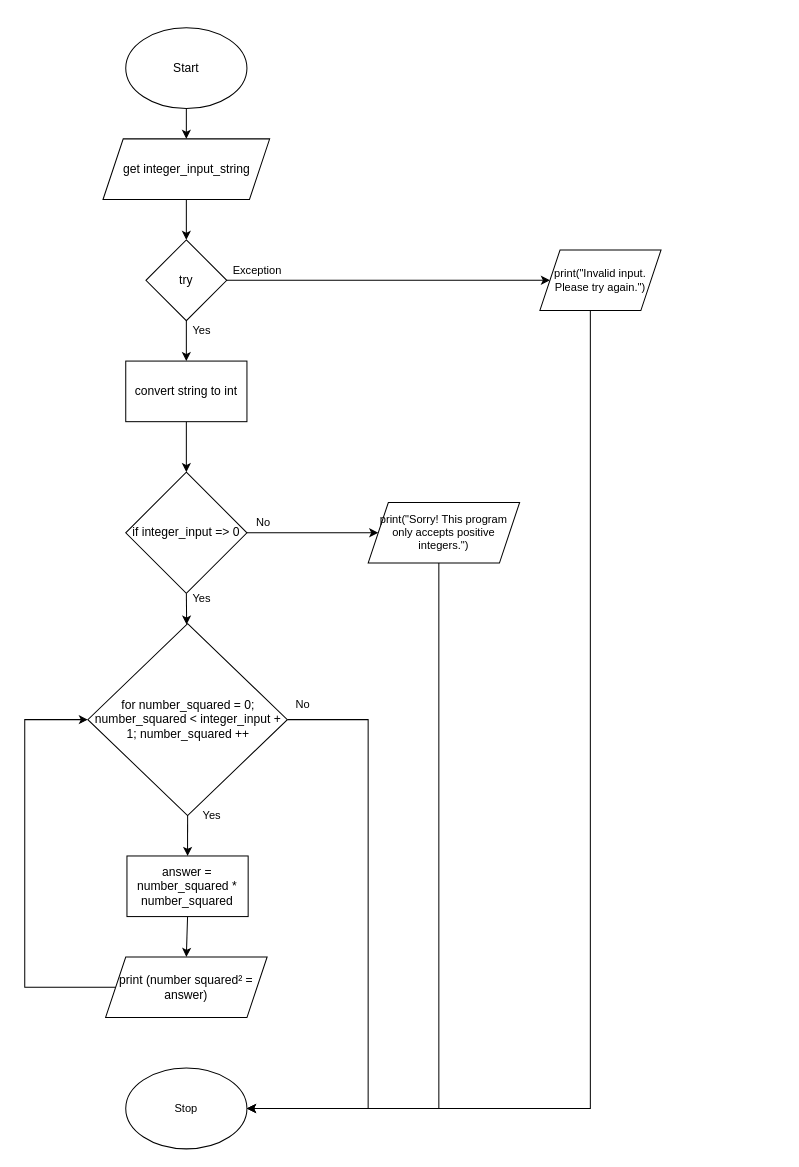
This is flowchart.drawio from Aleksandr-Ten/ICS3U-Unit4-04-Python, a draw.io file, before an edit. Source tidied: cells renumbered, new cells numbered last; positions are measured from the earlier drawing's top-left corner, leaving out a move shared by most shapes. Both pictures are drawn from the tidied source at 101%, with x=0, y=0 at pixel (24, 27).
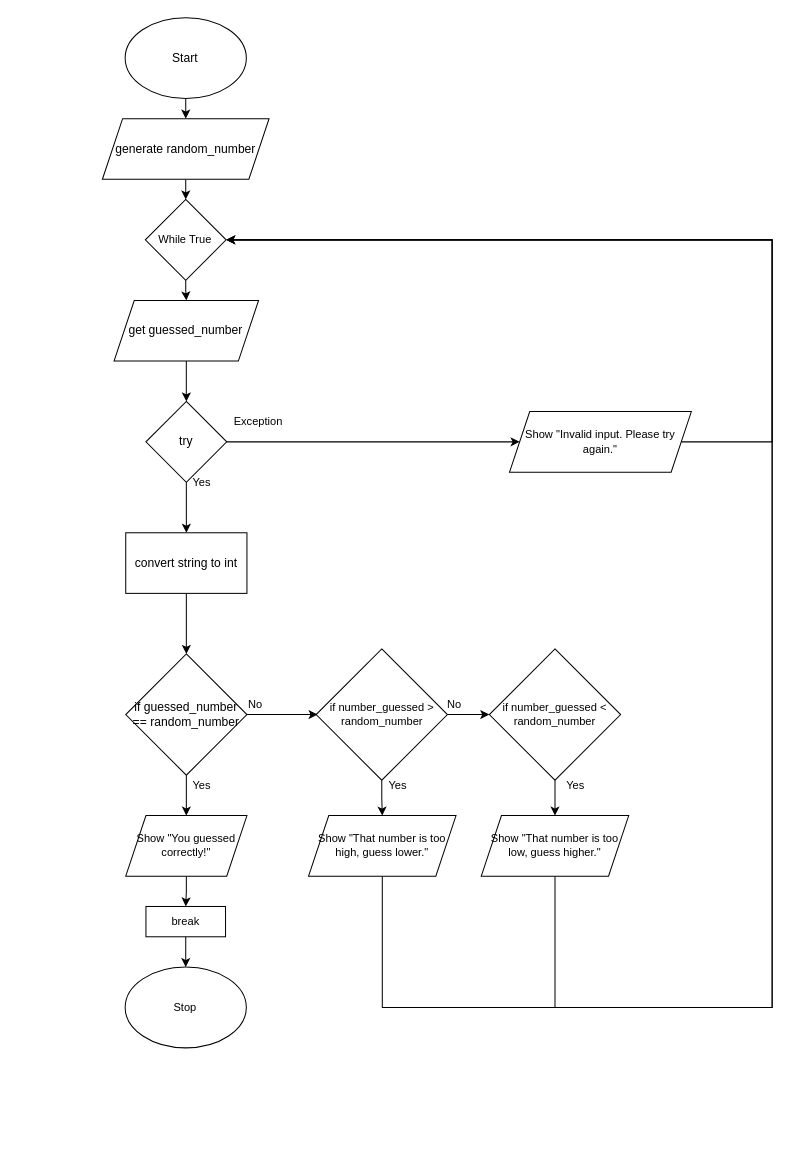
Above is the later version.

What changed in the source:
```diff
@@
     <mxCell id="3" value="Start" style="ellipse;whiteSpace=wrap;html=1;" parent="1" vertex="1">
-      <mxGeometry x="100" width="120" height="80" as="geometry" />
+      <mxGeometry x="99.4" y="-10" width="120" height="80" as="geometry" />
     </mxCell>
-    <mxCell id="4" style="edgeStyle=none;html=1;exitX=0.5;exitY=1;exitDx=0;exitDy=0;entryX=0.5;entryY=0;entryDx=0;entryDy=0;" parent="1" edge="1" source="5">
-      <mxGeometry relative="1" as="geometry">
-        <mxPoint x="160" y="210" as="targetPoint" />
-      </mxGeometry>
-    </mxCell>
+    <mxCell id="32" style="edgeStyle=orthogonalEdgeStyle;shape=connector;rounded=0;html=1;exitX=0.5;exitY=1;exitDx=0;exitDy=0;entryX=0.5;entryY=0;entryDx=0;entryDy=0;labelBackgroundColor=default;fontFamily=Helvetica;fontSize=11;fontColor=default;endArrow=classic;strokeColor=default;" parent="1" edge="1" source="5" target="54">
+      <mxGeometry relative="1" as="geometry" />
+    </mxCell>
-    <mxCell id="5" value="get integer_input_string" style="shape=parallelogram;perimeter=parallelogramPerimeter;whiteSpace=wrap;html=1;fixedSize=1;" parent="1" vertex="1">
-      <mxGeometry x="77.5" y="110" width="165" height="60" as="geometry" />
+    <mxCell id="5" value="generate random_number" style="shape=parallelogram;perimeter=parallelogramPerimeter;whiteSpace=wrap;html=1;fixedSize=1;" parent="1" vertex="1">
+      <mxGeometry x="76.9" y="90" width="165" height="60" as="geometry" />
     </mxCell>
@@
-    <mxCell id="7" style="edgeStyle=orthogonalEdgeStyle;shape=connector;rounded=0;html=1;exitX=1;exitY=0.5;exitDx=0;exitDy=0;labelBackgroundColor=default;fontFamily=Helvetica;fontSize=11;fontColor=default;endArrow=classic;strokeColor=default;" parent="1" edge="1" source="8" target="25">
-      <mxGeometry relative="1" as="geometry" />
-    </mxCell>
+    <mxCell id="33" style="edgeStyle=orthogonalEdgeStyle;shape=connector;rounded=0;html=1;exitX=1;exitY=0.5;exitDx=0;exitDy=0;labelBackgroundColor=default;fontFamily=Helvetica;fontSize=11;fontColor=default;endArrow=classic;strokeColor=default;" parent="1" edge="1" source="8" target="36">
+      <mxGeometry relative="1" as="geometry" />
+    </mxCell>
     <mxCell id="8" value="try" style="rhombus;whiteSpace=wrap;html=1;" parent="1" vertex="1">
-      <mxGeometry x="120" y="210" width="80" height="80" as="geometry" />
+      <mxGeometry x="120" y="370" width="80" height="80" as="geometry" />
     </mxCell>
@@
     <mxCell id="10" value="convert string to int" style="rounded=0;whiteSpace=wrap;html=1;" parent="1" vertex="1">
-      <mxGeometry x="100" y="330" width="120" height="60" as="geometry" />
+      <mxGeometry x="100" y="500" width="120" height="60" as="geometry" />
     </mxCell>
-    <mxCell id="11" style="edgeStyle=none;html=1;exitX=0.5;exitY=1;exitDx=0;exitDy=0;" parent="1" edge="1" source="13" target="16">
-      <mxGeometry relative="1" as="geometry" />
-    </mxCell>
-    <mxCell id="12" style="edgeStyle=orthogonalEdgeStyle;shape=connector;rounded=0;html=1;exitX=1;exitY=0.5;exitDx=0;exitDy=0;labelBackgroundColor=default;fontFamily=Helvetica;fontSize=11;fontColor=default;endArrow=classic;strokeColor=default;" parent="1" edge="1" source="13" target="23">
-      <mxGeometry relative="1" as="geometry" />
+    <mxCell id="12" style="edgeStyle=orthogonalEdgeStyle;shape=connector;rounded=0;html=1;exitX=1;exitY=0.5;exitDx=0;exitDy=0;labelBackgroundColor=default;fontFamily=Helvetica;fontSize=11;fontColor=default;endArrow=classic;strokeColor=default;" parent="1" edge="1" source="13">
+      <mxGeometry relative="1" as="geometry">
+        <mxPoint x="290" y="680" as="targetPoint" />
+        <Array as="points">
+          <mxPoint x="290" y="680" />
+          <mxPoint x="290" y="680" />
+        </Array>
+      </mxGeometry>
     </mxCell>
+    <mxCell id="34" style="edgeStyle=orthogonalEdgeStyle;shape=connector;rounded=0;html=1;exitX=0.5;exitY=1;exitDx=0;exitDy=0;labelBackgroundColor=default;fontFamily=Helvetica;fontSize=11;fontColor=default;endArrow=classic;strokeColor=default;" parent="1" edge="1" source="13">
+      <mxGeometry relative="1" as="geometry">
+        <mxPoint x="160" y="780" as="targetPoint" />
+      </mxGeometry>
+    </mxCell>
-    <mxCell id="13" value="if integer_input =&amp;gt; 0" style="rhombus;whiteSpace=wrap;html=1;" parent="1" vertex="1">
-      <mxGeometry x="100" y="440" width="120" height="120" as="geometry" />
+    <mxCell id="13" value="if guessed_number == random_number" style="rhombus;whiteSpace=wrap;html=1;" parent="1" vertex="1">
+      <mxGeometry x="100" y="620" width="120" height="120" as="geometry" />
     </mxCell>
-    <mxCell id="14" style="edgeStyle=none;html=1;exitX=0.5;exitY=1;exitDx=0;exitDy=0;" parent="1" edge="1" source="16" target="18">
-      <mxGeometry relative="1" as="geometry" />
-    </mxCell>
-    <mxCell id="15" style="edgeStyle=orthogonalEdgeStyle;shape=connector;rounded=0;html=1;entryX=1;entryY=0.5;entryDx=0;entryDy=0;labelBackgroundColor=default;fontFamily=Helvetica;fontSize=11;fontColor=default;endArrow=classic;strokeColor=default;" parent="1" edge="1" source="16" target="21">
-      <mxGeometry relative="1" as="geometry">
-        <Array as="points">
-          <mxPoint x="340" y="685" />
-          <mxPoint x="340" y="1070" />
-        </Array>
-      </mxGeometry>
-    </mxCell>
-    <mxCell id="16" value="for number_squared = 0; number_squared &amp;lt; integer_input + 1; number_squared ++" style="rhombus;whiteSpace=wrap;html=1;" parent="1" vertex="1">
-      <mxGeometry x="62.5" y="590" width="197.5" height="190" as="geometry" />
-    </mxCell>
-    <mxCell id="17" style="edgeStyle=none;html=1;exitX=0.5;exitY=1;exitDx=0;exitDy=0;entryX=0.5;entryY=0;entryDx=0;entryDy=0;" parent="1" edge="1" source="18" target="20">
-      <mxGeometry relative="1" as="geometry" />
-    </mxCell>
-    <mxCell id="18" value="answer = number_squared * number_squared" style="rounded=0;whiteSpace=wrap;html=1;" parent="1" vertex="1">
-      <mxGeometry x="101.2" y="820" width="120" height="60" as="geometry" />
-    </mxCell>
-    <mxCell id="19" style="edgeStyle=orthogonalEdgeStyle;html=1;exitX=0;exitY=0.5;exitDx=0;exitDy=0;entryX=0;entryY=0.5;entryDx=0;entryDy=0;rounded=0;" parent="1" edge="1" source="20" target="16">
-      <mxGeometry relative="1" as="geometry">
-        <Array as="points">
-          <mxPoint y="950" />
-          <mxPoint y="685" />
-        </Array>
-      </mxGeometry>
-    </mxCell>
-    <mxCell id="20" value="print (number squared² = answer)" style="shape=parallelogram;perimeter=parallelogramPerimeter;whiteSpace=wrap;html=1;fixedSize=1;" parent="1" vertex="1">
-      <mxGeometry x="80" y="920" width="160" height="60" as="geometry" />
-    </mxCell>
     <mxCell id="21" value="Stop" style="ellipse;whiteSpace=wrap;html=1;fontFamily=Helvetica;fontSize=11;fontColor=default;" parent="1" vertex="1">
-      <mxGeometry x="100" y="1030" width="120" height="80" as="geometry" />
+      <mxGeometry x="99.4" y="930" width="120" height="80" as="geometry" />
     </mxCell>
-    <mxCell id="22" style="edgeStyle=orthogonalEdgeStyle;shape=connector;rounded=0;html=1;labelBackgroundColor=default;fontFamily=Helvetica;fontSize=11;fontColor=default;endArrow=classic;strokeColor=default;entryX=1;entryY=0.5;entryDx=0;entryDy=0;" parent="1" edge="1" source="23" target="21">
-      <mxGeometry relative="1" as="geometry">
-        <Array as="points">
-          <mxPoint x="410" y="1070" />
-        </Array>
-      </mxGeometry>
-    </mxCell>
-    <mxCell id="23" value="print(&quot;Sorry! This program only accepts positive integers.&quot;)" style="shape=parallelogram;perimeter=parallelogramPerimeter;whiteSpace=wrap;html=1;fixedSize=1;fontFamily=Helvetica;fontSize=11;fontColor=default;" parent="1" vertex="1">
-      <mxGeometry x="340" y="470" width="150" height="60" as="geometry" />
-    </mxCell>
-    <mxCell id="24" style="edgeStyle=orthogonalEdgeStyle;shape=connector;rounded=0;html=1;exitX=0.5;exitY=1;exitDx=0;exitDy=0;labelBackgroundColor=default;fontFamily=Helvetica;fontSize=11;fontColor=default;endArrow=classic;strokeColor=default;entryX=1;entryY=0.5;entryDx=0;entryDy=0;" parent="1" edge="1" source="25" target="21">
-      <mxGeometry relative="1" as="geometry">
-        <Array as="points">
-          <mxPoint x="560" y="280" />
-          <mxPoint x="560" y="1070" />
-        </Array>
-      </mxGeometry>
-    </mxCell>
-    <mxCell id="25" value="print(&quot;Invalid input. Please try again.&quot;)" style="shape=parallelogram;perimeter=parallelogramPerimeter;whiteSpace=wrap;html=1;fixedSize=1;fontFamily=Helvetica;fontSize=11;fontColor=default;" parent="1" vertex="1">
-      <mxGeometry x="510" y="220" width="120" height="60" as="geometry" />
-    </mxCell>
-    <mxCell id="26" value="Yes" style="text;html=1;align=center;verticalAlign=middle;fillColor=none;strokeColor=none;rounded=0;fontFamily=Helvetica;fontSize=11;fontColor=default;" parent="1" vertex="1">
-      <mxGeometry x="170" y="770" width="30" height="20" as="geometry" />
-    </mxCell>
-    <mxCell id="27" value="Yes" style="text;html=1;align=center;verticalAlign=middle;fillColor=none;strokeColor=none;rounded=0;fontFamily=Helvetica;fontSize=11;fontColor=default;" parent="1" vertex="1">
-      <mxGeometry x="160" y="555" width="30" height="20" as="geometry" />
-    </mxCell>
     <mxCell id="28" value="Yes" style="text;html=1;align=center;verticalAlign=middle;fillColor=none;strokeColor=none;rounded=0;fontFamily=Helvetica;fontSize=11;fontColor=default;" parent="1" vertex="1">
-      <mxGeometry x="160" y="290" width="30" height="20" as="geometry" />
+      <mxGeometry x="160" y="440" width="30" height="20" as="geometry" />
     </mxCell>
     <mxCell id="29" value="Exception" style="text;html=1;align=center;verticalAlign=middle;fillColor=none;strokeColor=none;rounded=0;fontFamily=Helvetica;fontSize=11;fontColor=default;" parent="1" vertex="1">
-      <mxGeometry x="200" y="230" width="60" height="20" as="geometry" />
+      <mxGeometry x="201.2" y="380" width="60" height="20" as="geometry" />
     </mxCell>
     <mxCell id="30" value="No" style="text;html=1;align=center;verticalAlign=middle;fillColor=none;strokeColor=none;rounded=0;fontFamily=Helvetica;fontSize=11;fontColor=default;" parent="1" vertex="1">
-      <mxGeometry x="221.2" y="480" width="30" height="20" as="geometry" />
+      <mxGeometry x="212.5" y="660" width="30" height="20" as="geometry" />
     </mxCell>
+    <mxCell id="35" style="edgeStyle=orthogonalEdgeStyle;shape=connector;rounded=0;html=1;exitX=1;exitY=0.5;exitDx=0;exitDy=0;entryX=1;entryY=0.5;entryDx=0;entryDy=0;labelBackgroundColor=default;fontFamily=Helvetica;fontSize=11;fontColor=default;endArrow=classic;strokeColor=default;" parent="1" edge="1" source="36" target="54">
+      <mxGeometry relative="1" as="geometry">
+        <Array as="points">
+          <mxPoint x="740" y="410" />
+          <mxPoint x="740" y="210" />
+        </Array>
+      </mxGeometry>
+    </mxCell>
+    <mxCell id="36" value="&lt;font style=&quot;font-size: 11px&quot;&gt;Show &quot;Invalid input. Please try again.&quot;&lt;/font&gt;" style="shape=parallelogram;perimeter=parallelogramPerimeter;whiteSpace=wrap;html=1;fixedSize=1;" parent="1" vertex="1">
+      <mxGeometry x="480" y="380" width="180" height="60" as="geometry" />
+    </mxCell>
+    <mxCell id="37" value="Yes" style="text;html=1;align=center;verticalAlign=middle;fillColor=none;strokeColor=none;rounded=0;fontFamily=Helvetica;fontSize=11;fontColor=default;" parent="1" vertex="1">
+      <mxGeometry x="160" y="740" width="30" height="20" as="geometry" />
+    </mxCell>
+    <mxCell id="38" style="edgeStyle=orthogonalEdgeStyle;shape=connector;rounded=0;html=1;labelBackgroundColor=default;fontFamily=Helvetica;fontSize=11;fontColor=default;endArrow=classic;strokeColor=default;" parent="1" edge="1" source="39" target="41">
+      <mxGeometry relative="1" as="geometry" />
+    </mxCell>
+    <mxCell id="39" value="Show &quot;You guessed correctly!&quot;" style="shape=parallelogram;perimeter=parallelogramPerimeter;whiteSpace=wrap;html=1;fixedSize=1;fontFamily=Helvetica;fontSize=11;fontColor=default;" parent="1" vertex="1">
+      <mxGeometry x="100" y="780" width="120" height="60" as="geometry" />
+    </mxCell>
+    <mxCell id="40" style="edgeStyle=orthogonalEdgeStyle;shape=connector;rounded=0;html=1;labelBackgroundColor=default;fontFamily=Helvetica;fontSize=11;fontColor=default;endArrow=classic;strokeColor=default;" parent="1" edge="1" source="41" target="21">
+      <mxGeometry relative="1" as="geometry" />
+    </mxCell>
+    <mxCell id="41" value="break" style="rounded=0;whiteSpace=wrap;html=1;fontFamily=Helvetica;fontSize=11;fontColor=default;" parent="1" vertex="1">
+      <mxGeometry x="120" y="870" width="78.8" height="30" as="geometry" />
+    </mxCell>
+    <mxCell id="42" style="edgeStyle=orthogonalEdgeStyle;shape=connector;rounded=0;html=1;exitX=0.5;exitY=1;exitDx=0;exitDy=0;labelBackgroundColor=default;fontFamily=Helvetica;fontSize=11;fontColor=default;endArrow=classic;strokeColor=default;" parent="1" edge="1" source="44" target="46">
+      <mxGeometry relative="1" as="geometry" />
+    </mxCell>
+    <mxCell id="43" style="edgeStyle=orthogonalEdgeStyle;shape=connector;rounded=0;html=1;exitX=1;exitY=0.5;exitDx=0;exitDy=0;entryX=0;entryY=0.5;entryDx=0;entryDy=0;labelBackgroundColor=default;fontFamily=Helvetica;fontSize=11;fontColor=default;endArrow=classic;strokeColor=default;" parent="1" edge="1" source="44" target="48">
+      <mxGeometry relative="1" as="geometry" />
+    </mxCell>
+    <mxCell id="44" value="if number_guessed &amp;gt; random_number" style="rhombus;whiteSpace=wrap;html=1;fontFamily=Helvetica;fontSize=11;fontColor=default;" parent="1" vertex="1">
+      <mxGeometry x="288.5" y="615" width="130" height="130" as="geometry" />
+    </mxCell>
+    <mxCell id="45" style="edgeStyle=orthogonalEdgeStyle;shape=connector;rounded=0;html=1;labelBackgroundColor=default;fontFamily=Helvetica;fontSize=11;fontColor=default;endArrow=classic;strokeColor=default;entryX=1;entryY=0.5;entryDx=0;entryDy=0;" parent="1" edge="1" source="46" target="54">
+      <mxGeometry relative="1" as="geometry">
+        <Array as="points">
+          <mxPoint x="354" y="970" />
+          <mxPoint x="740" y="970" />
+          <mxPoint x="740" y="210" />
+        </Array>
+      </mxGeometry>
+    </mxCell>
+    <mxCell id="46" value="Show&amp;nbsp;&quot;That number is too high, guess lower.&quot;" style="shape=parallelogram;perimeter=parallelogramPerimeter;whiteSpace=wrap;html=1;fixedSize=1;fontFamily=Helvetica;fontSize=11;fontColor=default;" parent="1" vertex="1">
+      <mxGeometry x="281" y="780" width="146" height="60" as="geometry" />
+    </mxCell>
+    <mxCell id="47" style="edgeStyle=orthogonalEdgeStyle;shape=connector;rounded=0;html=1;exitX=0.5;exitY=1;exitDx=0;exitDy=0;labelBackgroundColor=default;fontFamily=Helvetica;fontSize=11;fontColor=default;endArrow=classic;strokeColor=default;" parent="1" edge="1" source="48" target="50">
+      <mxGeometry relative="1" as="geometry" />
+    </mxCell>
+    <mxCell id="48" value="if number_guessed &amp;lt; random_number" style="rhombus;whiteSpace=wrap;html=1;fontFamily=Helvetica;fontSize=11;fontColor=default;" parent="1" vertex="1">
+      <mxGeometry x="460" y="615" width="130" height="130" as="geometry" />
+    </mxCell>
+    <mxCell id="49" style="edgeStyle=orthogonalEdgeStyle;shape=connector;rounded=0;html=1;exitX=0.5;exitY=1;exitDx=0;exitDy=0;labelBackgroundColor=default;fontFamily=Helvetica;fontSize=11;fontColor=default;endArrow=classic;strokeColor=default;entryX=1;entryY=0.5;entryDx=0;entryDy=0;" parent="1" edge="1" source="50" target="54">
+      <mxGeometry relative="1" as="geometry">
+        <Array as="points">
+          <mxPoint x="525" y="970" />
+          <mxPoint x="740" y="970" />
+          <mxPoint x="740" y="210" />
+        </Array>
+      </mxGeometry>
+    </mxCell>
+    <mxCell id="50" value="Show&amp;nbsp;&quot;That number is too low, guess higher.&quot;" style="shape=parallelogram;perimeter=parallelogramPerimeter;whiteSpace=wrap;html=1;fixedSize=1;fontFamily=Helvetica;fontSize=11;fontColor=default;" parent="1" vertex="1">
+      <mxGeometry x="452" y="780" width="146" height="60" as="geometry" />
+    </mxCell>
+    <mxCell id="51" value="Yes" style="text;html=1;align=center;verticalAlign=middle;fillColor=none;strokeColor=none;rounded=0;fontFamily=Helvetica;fontSize=11;fontColor=default;" parent="1" vertex="1">
+      <mxGeometry x="354" y="740" width="30" height="20" as="geometry" />
+    </mxCell>
+    <mxCell id="52" value="Yes" style="text;html=1;align=center;verticalAlign=middle;fillColor=none;strokeColor=none;rounded=0;fontFamily=Helvetica;fontSize=11;fontColor=default;" parent="1" vertex="1">
+      <mxGeometry x="530" y="740" width="30" height="20" as="geometry" />
+    </mxCell>
     <mxCell id="31" value="No" style="text;html=1;align=center;verticalAlign=middle;fillColor=none;strokeColor=none;rounded=0;fontFamily=Helvetica;fontSize=11;fontColor=default;" parent="1" vertex="1">
-      <mxGeometry x="260" y="660" width="30" height="20" as="geometry" />
+      <mxGeometry x="410" y="660" width="30" height="20" as="geometry" />
     </mxCell>
+    <mxCell id="53" style="edgeStyle=orthogonalEdgeStyle;shape=connector;rounded=0;html=1;exitX=0.5;exitY=1;exitDx=0;exitDy=0;labelBackgroundColor=default;fontFamily=Helvetica;fontSize=11;fontColor=default;endArrow=classic;strokeColor=default;" parent="1" edge="1" source="54" target="56">
+      <mxGeometry relative="1" as="geometry" />
+    </mxCell>
+    <mxCell id="54" value="While True" style="rhombus;whiteSpace=wrap;html=1;fontFamily=Helvetica;fontSize=11;fontColor=default;" parent="1" vertex="1">
+      <mxGeometry x="119.4" y="170" width="80" height="80" as="geometry" />
+    </mxCell>
+    <mxCell id="55" style="edgeStyle=orthogonalEdgeStyle;shape=connector;rounded=0;html=1;exitX=0.5;exitY=1;exitDx=0;exitDy=0;entryX=0.5;entryY=0;entryDx=0;entryDy=0;labelBackgroundColor=default;fontFamily=Helvetica;fontSize=11;fontColor=default;endArrow=classic;strokeColor=default;" parent="1" edge="1" source="56" target="8">
+      <mxGeometry relative="1" as="geometry" />
+    </mxCell>
+    <mxCell id="56" value="get guessed_number" style="shape=parallelogram;perimeter=parallelogramPerimeter;whiteSpace=wrap;html=1;fixedSize=1;" parent="1" vertex="1">
+      <mxGeometry x="88.4" y="270" width="143.1" height="60" as="geometry" />
+    </mxCell>
```
